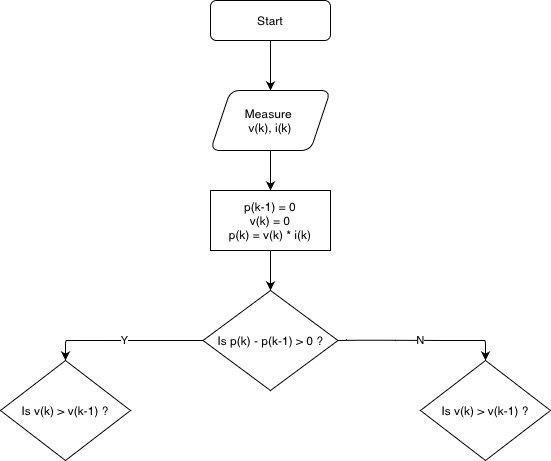
This is MPPT.png from petraratkai/Mars_Rover, a draw.io export, as it was before one commit. Source tidied: cells renumbered, new cells last; positions are measured from the earlier drawing's top-left corner, leaving out a move shared by most shapes.
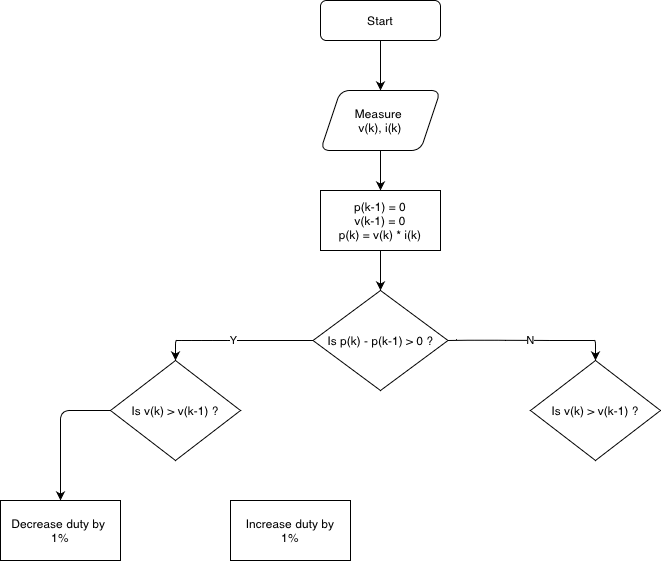
After the commit.

What changed in the source:
```diff
@@ -17,7 +17,7 @@
     <mxCell id="6" style="edgeStyle=orthogonalEdgeStyle;rounded=0;jettySize=auto;html=1;" parent="1" edge="1" source="7" target="8">
       <mxGeometry relative="1" as="geometry" />
     </mxCell>
-    <mxCell id="7" value="p(k-1) = 0&lt;br&gt;v(k) = 0&lt;br&gt;p(k) = v(k) * i(k)" style="whiteSpace=wrap;html=1;rounded=0;" parent="1" vertex="1">
+    <mxCell id="7" value="p(k-1) = 0&lt;br&gt;v(k-1) = 0&lt;br&gt;p(k) = v(k) * i(k)" style="whiteSpace=wrap;html=1;rounded=0;" parent="1" vertex="1">
       <mxGeometry x="210" y="190" width="120" height="60" as="geometry" />
     </mxCell>
     <mxCell id="8" value="Is p(k) - p(k-1) &amp;gt; 0 ?" style="rhombus;whiteSpace=wrap;html=1;rounded=0;" parent="1" vertex="1">
@@ -61,5 +61,18 @@
         <mxPoint x="1" as="offset" />
       </mxGeometry>
     </mxCell>
+    <mxCell id="14" value="Decrease duty by&amp;nbsp;&lt;br&gt;1%" style="rounded=0;whiteSpace=wrap;html=1;" parent="1" vertex="1">
+      <mxGeometry x="-110" y="500" width="120" height="60" as="geometry" />
+    </mxCell>
+    <mxCell id="15" style="endArrow=classic;html=1;entryX=0.5;entryY=0;entryDx=0;entryDy=0;exitX=0;exitY=0.5;exitDx=0;exitDy=0;" parent="1" edge="1" source="9" target="14">
+      <mxGeometry relative="1" as="geometry">
+        <Array as="points">
+          <mxPoint x="-50" y="410" />
+        </Array>
+      </mxGeometry>
+    </mxCell>
+    <mxCell id="16" value="Increase duty by&lt;br&gt;1%" style="rounded=0;whiteSpace=wrap;html=1;" parent="1" vertex="1">
+      <mxGeometry x="120" y="500" width="120" height="60" as="geometry" />
+    </mxCell>
   </root>
 </mxGraphModel>
```
